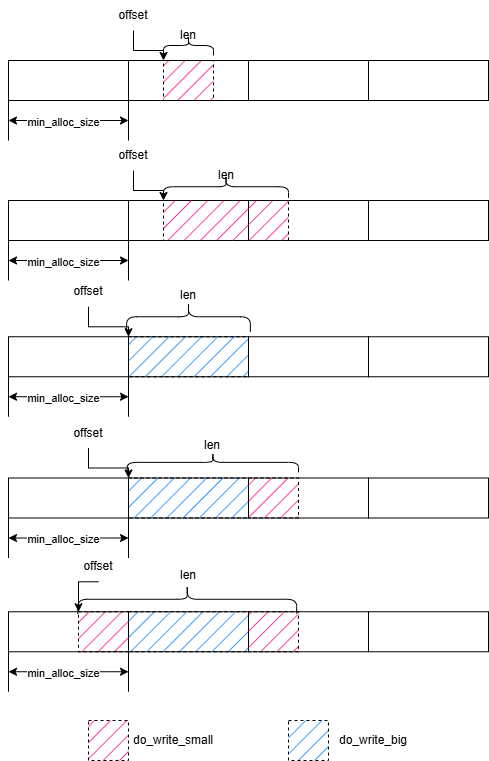
Before: 2026/01/15/BlueStore写入流程源码分析/small_or_big_write.drawio.png, a diagram exported from draw.io (Rebelliousness/Rebelliousness.github.io). Source tidied: cells renumbered, new cells last; positions are measured from the earlier drawing's top-left corner, leaving out a move shared by most shapes. The source it was exported from:
```xml
<mxGraphModel>
  <root>
    <mxCell id="0" />
    <mxCell id="1" parent="0" />
    <mxCell id="2" style="rounded=0;whiteSpace=wrap;html=1;" parent="1" vertex="1">
      <mxGeometry y="60" width="120" height="40" as="geometry" />
    </mxCell>
    <mxCell id="3" style="rounded=0;whiteSpace=wrap;html=1;" parent="1" vertex="1">
      <mxGeometry x="120" y="60" width="120" height="40" as="geometry" />
    </mxCell>
    <mxCell id="4" style="rounded=0;whiteSpace=wrap;html=1;" parent="1" vertex="1">
      <mxGeometry x="240" y="60" width="120" height="40" as="geometry" />
    </mxCell>
    <mxCell id="5" style="rounded=0;whiteSpace=wrap;html=1;" parent="1" vertex="1">
      <mxGeometry x="360" y="60" width="120" height="40" as="geometry" />
    </mxCell>
    <mxCell id="6" style="rounded=0;whiteSpace=wrap;html=1;fillColor=#FF0080;strokeColor=default;fillStyle=hatch;dashed=1;" parent="1" vertex="1">
      <mxGeometry x="155" y="60" width="50" height="40" as="geometry" />
    </mxCell>
    <mxCell id="7" style="edgeStyle=orthogonalEdgeStyle;rounded=0;jettySize=auto;html=1;exitX=0.5;exitY=1;exitDx=0;exitDy=0;entryX=0;entryY=0;entryDx=0;entryDy=0;" parent="1" edge="1" source="8" target="6">
      <mxGeometry relative="1" as="geometry" />
    </mxCell>
    <mxCell id="8" value="offset" style="text;html=1;whiteSpace=wrap;strokeColor=none;fillColor=none;align=center;verticalAlign=middle;rounded=0;" parent="1" vertex="1">
      <mxGeometry x="95" width="60" height="30" as="geometry" />
    </mxCell>
    <mxCell id="9" style="shape=curlyBracket;whiteSpace=wrap;html=1;rounded=1;labelPosition=left;verticalLabelPosition=middle;align=right;verticalAlign=middle;rotation=90;" parent="1" vertex="1">
      <mxGeometry x="170" y="20" width="20" height="50" as="geometry" />
    </mxCell>
    <mxCell id="10" value="len" style="text;html=1;whiteSpace=wrap;strokeColor=none;fillColor=none;align=center;verticalAlign=middle;rounded=0;" parent="1" vertex="1">
      <mxGeometry x="150" y="20" width="60" height="30" as="geometry" />
    </mxCell>
    <mxCell id="11" style="endArrow=classic;startArrow=classic;html=1;rounded=0;" parent="1" edge="1">
      <mxGeometry relative="1" as="geometry">
        <mxPoint y="120" as="sourcePoint" />
        <mxPoint x="120" y="120" as="targetPoint" />
      </mxGeometry>
    </mxCell>
    <mxCell id="12" value="min_alloc_size" style="edgeLabel;html=1;align=center;verticalAlign=middle;" parent="11" vertex="1">
      <mxGeometry x="-0.1" y="-1" relative="1" as="geometry" />
    </mxCell>
    <mxCell id="13" style="endArrow=none;html=1;rounded=0;" parent="1" edge="1">
      <mxGeometry relative="1" as="geometry">
        <mxPoint y="140" as="sourcePoint" />
        <mxPoint y="100" as="targetPoint" />
      </mxGeometry>
    </mxCell>
    <mxCell id="14" style="endArrow=none;html=1;rounded=0;" parent="1" edge="1">
      <mxGeometry relative="1" as="geometry">
        <mxPoint x="120" y="140" as="sourcePoint" />
        <mxPoint x="120" y="100" as="targetPoint" />
      </mxGeometry>
    </mxCell>
    <mxCell id="15" style="rounded=0;whiteSpace=wrap;html=1;" parent="1" vertex="1">
      <mxGeometry y="200" width="120" height="40" as="geometry" />
    </mxCell>
    <mxCell id="16" style="rounded=0;whiteSpace=wrap;html=1;" parent="1" vertex="1">
      <mxGeometry x="120" y="200" width="120" height="40" as="geometry" />
    </mxCell>
    <mxCell id="17" style="rounded=0;whiteSpace=wrap;html=1;" parent="1" vertex="1">
      <mxGeometry x="240" y="200" width="120" height="40" as="geometry" />
    </mxCell>
    <mxCell id="18" style="rounded=0;whiteSpace=wrap;html=1;" parent="1" vertex="1">
      <mxGeometry x="360" y="200" width="120" height="40" as="geometry" />
    </mxCell>
    <mxCell id="19" style="rounded=0;whiteSpace=wrap;html=1;fillColor=#FF0080;strokeColor=default;fillStyle=hatch;dashed=1;" parent="1" vertex="1">
      <mxGeometry x="155" y="200" width="125" height="40" as="geometry" />
    </mxCell>
    <mxCell id="20" style="edgeStyle=orthogonalEdgeStyle;rounded=0;jettySize=auto;html=1;exitX=0.5;exitY=1;exitDx=0;exitDy=0;entryX=0;entryY=0;entryDx=0;entryDy=0;" parent="1" edge="1" source="21" target="19">
      <mxGeometry relative="1" as="geometry" />
    </mxCell>
    <mxCell id="21" value="offset" style="text;html=1;whiteSpace=wrap;strokeColor=none;fillColor=none;align=center;verticalAlign=middle;rounded=0;" parent="1" vertex="1">
      <mxGeometry x="95" y="140" width="60" height="30" as="geometry" />
    </mxCell>
    <mxCell id="22" style="shape=curlyBracket;whiteSpace=wrap;html=1;rounded=1;labelPosition=left;verticalLabelPosition=middle;align=right;verticalAlign=middle;rotation=90;" parent="1" vertex="1">
      <mxGeometry x="206.2" y="123.8" width="22.5" height="125" as="geometry" />
    </mxCell>
    <mxCell id="23" value="len" style="text;html=1;whiteSpace=wrap;strokeColor=none;fillColor=none;align=center;verticalAlign=middle;rounded=0;" parent="1" vertex="1">
      <mxGeometry x="187.5" y="160" width="60" height="30" as="geometry" />
    </mxCell>
    <mxCell id="24" style="endArrow=classic;startArrow=classic;html=1;rounded=0;" parent="1" edge="1">
      <mxGeometry relative="1" as="geometry">
        <mxPoint y="260" as="sourcePoint" />
        <mxPoint x="120" y="260" as="targetPoint" />
      </mxGeometry>
    </mxCell>
    <mxCell id="25" value="min_alloc_size" style="edgeLabel;html=1;align=center;verticalAlign=middle;" parent="24" vertex="1">
      <mxGeometry x="-0.1" y="-1" relative="1" as="geometry" />
    </mxCell>
    <mxCell id="26" style="endArrow=none;html=1;rounded=0;" parent="1" edge="1">
      <mxGeometry relative="1" as="geometry">
        <mxPoint y="280" as="sourcePoint" />
        <mxPoint y="240" as="targetPoint" />
      </mxGeometry>
    </mxCell>
    <mxCell id="27" style="endArrow=none;html=1;rounded=0;" parent="1" edge="1">
      <mxGeometry relative="1" as="geometry">
        <mxPoint x="120" y="280" as="sourcePoint" />
        <mxPoint x="120" y="240" as="targetPoint" />
      </mxGeometry>
    </mxCell>
    <mxCell id="28" style="rounded=0;whiteSpace=wrap;html=1;" parent="1" vertex="1">
      <mxGeometry y="336.2" width="120" height="40" as="geometry" />
    </mxCell>
    <mxCell id="29" style="rounded=0;whiteSpace=wrap;html=1;" parent="1" vertex="1">
      <mxGeometry x="120" y="336.2" width="120" height="40" as="geometry" />
    </mxCell>
    <mxCell id="30" style="rounded=0;whiteSpace=wrap;html=1;" parent="1" vertex="1">
      <mxGeometry x="240" y="336.2" width="120" height="40" as="geometry" />
    </mxCell>
    <mxCell id="31" style="rounded=0;whiteSpace=wrap;html=1;" parent="1" vertex="1">
      <mxGeometry x="360" y="336.2" width="120" height="40" as="geometry" />
    </mxCell>
    <mxCell id="32" style="rounded=0;whiteSpace=wrap;html=1;fillColor=#007FFF;strokeColor=default;fillStyle=hatch;dashed=1;" parent="1" vertex="1">
      <mxGeometry x="120" y="336.2" width="120" height="40" as="geometry" />
    </mxCell>
    <mxCell id="33" style="edgeStyle=orthogonalEdgeStyle;rounded=0;jettySize=auto;html=1;exitX=0.5;exitY=1;exitDx=0;exitDy=0;entryX=0;entryY=0;entryDx=0;entryDy=0;" parent="1" edge="1" source="34" target="32">
      <mxGeometry relative="1" as="geometry" />
    </mxCell>
    <mxCell id="34" value="offset" style="text;html=1;whiteSpace=wrap;strokeColor=none;fillColor=none;align=center;verticalAlign=middle;rounded=0;" parent="1" vertex="1">
      <mxGeometry x="50" y="276.2" width="60" height="30" as="geometry" />
    </mxCell>
    <mxCell id="35" style="shape=curlyBracket;whiteSpace=wrap;html=1;rounded=1;labelPosition=left;verticalLabelPosition=middle;align=right;verticalAlign=middle;rotation=90;" parent="1" vertex="1">
      <mxGeometry x="165" y="254.4" width="30" height="123.8" as="geometry" />
    </mxCell>
    <mxCell id="36" value="len" style="text;html=1;whiteSpace=wrap;strokeColor=none;fillColor=none;align=center;verticalAlign=middle;rounded=0;" parent="1" vertex="1">
      <mxGeometry x="150" y="280" width="60" height="30" as="geometry" />
    </mxCell>
    <mxCell id="37" style="endArrow=classic;startArrow=classic;html=1;rounded=0;" parent="1" edge="1">
      <mxGeometry relative="1" as="geometry">
        <mxPoint y="396.2" as="sourcePoint" />
        <mxPoint x="120" y="396.2" as="targetPoint" />
      </mxGeometry>
    </mxCell>
    <mxCell id="38" value="min_alloc_size" style="edgeLabel;html=1;align=center;verticalAlign=middle;" parent="37" vertex="1">
      <mxGeometry x="-0.1" y="-1" relative="1" as="geometry" />
    </mxCell>
    <mxCell id="39" style="endArrow=none;html=1;rounded=0;" parent="1" edge="1">
      <mxGeometry relative="1" as="geometry">
        <mxPoint y="416.2" as="sourcePoint" />
        <mxPoint y="376.2" as="targetPoint" />
      </mxGeometry>
    </mxCell>
    <mxCell id="40" style="endArrow=none;html=1;rounded=0;" parent="1" edge="1">
      <mxGeometry relative="1" as="geometry">
        <mxPoint x="120" y="416.2" as="sourcePoint" />
        <mxPoint x="120" y="376.2" as="targetPoint" />
      </mxGeometry>
    </mxCell>
    <mxCell id="41" style="rounded=0;whiteSpace=wrap;html=1;" parent="1" vertex="1">
      <mxGeometry y="477.5" width="120" height="40" as="geometry" />
    </mxCell>
    <mxCell id="42" style="rounded=0;whiteSpace=wrap;html=1;" parent="1" vertex="1">
      <mxGeometry x="120" y="477.5" width="120" height="40" as="geometry" />
    </mxCell>
    <mxCell id="43" style="rounded=0;whiteSpace=wrap;html=1;" parent="1" vertex="1">
      <mxGeometry x="240" y="477.5" width="120" height="40" as="geometry" />
    </mxCell>
    <mxCell id="44" style="rounded=0;whiteSpace=wrap;html=1;" parent="1" vertex="1">
      <mxGeometry x="360" y="477.5" width="120" height="40" as="geometry" />
    </mxCell>
    <mxCell id="45" style="rounded=0;whiteSpace=wrap;html=1;fillColor=#007FFF;strokeColor=default;fillStyle=hatch;dashed=1;" parent="1" vertex="1">
      <mxGeometry x="120" y="477.5" width="120" height="40" as="geometry" />
    </mxCell>
    <mxCell id="46" style="edgeStyle=orthogonalEdgeStyle;rounded=0;jettySize=auto;html=1;exitX=0.5;exitY=1;exitDx=0;exitDy=0;entryX=0;entryY=0;entryDx=0;entryDy=0;" parent="1" edge="1" source="47" target="45">
      <mxGeometry relative="1" as="geometry" />
    </mxCell>
    <mxCell id="47" value="offset" style="text;html=1;whiteSpace=wrap;strokeColor=none;fillColor=none;align=center;verticalAlign=middle;rounded=0;" parent="1" vertex="1">
      <mxGeometry x="50" y="417.5" width="60" height="30" as="geometry" />
    </mxCell>
    <mxCell id="48" style="shape=curlyBracket;whiteSpace=wrap;html=1;rounded=1;labelPosition=left;verticalLabelPosition=middle;align=right;verticalAlign=middle;rotation=90;" parent="1" vertex="1">
      <mxGeometry x="194.4" y="376.2" width="20" height="171.2" as="geometry" />
    </mxCell>
    <mxCell id="49" value="len" style="text;html=1;whiteSpace=wrap;strokeColor=none;fillColor=none;align=center;verticalAlign=middle;rounded=0;" parent="1" vertex="1">
      <mxGeometry x="174.4" y="430" width="60" height="30" as="geometry" />
    </mxCell>
    <mxCell id="50" style="endArrow=classic;startArrow=classic;html=1;rounded=0;" parent="1" edge="1">
      <mxGeometry relative="1" as="geometry">
        <mxPoint y="537.5" as="sourcePoint" />
        <mxPoint x="120" y="537.5" as="targetPoint" />
      </mxGeometry>
    </mxCell>
    <mxCell id="51" value="min_alloc_size" style="edgeLabel;html=1;align=center;verticalAlign=middle;" parent="50" vertex="1">
      <mxGeometry x="-0.1" y="-1" relative="1" as="geometry" />
    </mxCell>
    <mxCell id="52" style="endArrow=none;html=1;rounded=0;" parent="1" edge="1">
      <mxGeometry relative="1" as="geometry">
        <mxPoint y="557.5" as="sourcePoint" />
        <mxPoint y="517.5" as="targetPoint" />
      </mxGeometry>
    </mxCell>
    <mxCell id="53" style="endArrow=none;html=1;rounded=0;" parent="1" edge="1">
      <mxGeometry relative="1" as="geometry">
        <mxPoint x="120" y="557.5" as="sourcePoint" />
        <mxPoint x="120" y="517.5" as="targetPoint" />
      </mxGeometry>
    </mxCell>
    <mxCell id="54" style="rounded=0;whiteSpace=wrap;html=1;fillColor=#FF0080;strokeColor=default;fillStyle=hatch;dashed=1;" parent="1" vertex="1">
      <mxGeometry x="240" y="477.5" width="50" height="40" as="geometry" />
    </mxCell>
    <mxCell id="55" style="rounded=0;whiteSpace=wrap;html=1;" parent="1" vertex="1">
      <mxGeometry y="611.2" width="120" height="40" as="geometry" />
    </mxCell>
    <mxCell id="56" style="rounded=0;whiteSpace=wrap;html=1;" parent="1" vertex="1">
      <mxGeometry x="120" y="611.2" width="120" height="40" as="geometry" />
    </mxCell>
    <mxCell id="57" style="rounded=0;whiteSpace=wrap;html=1;" parent="1" vertex="1">
      <mxGeometry x="240" y="611.2" width="120" height="40" as="geometry" />
    </mxCell>
    <mxCell id="58" style="rounded=0;whiteSpace=wrap;html=1;" parent="1" vertex="1">
      <mxGeometry x="360" y="611.2" width="120" height="40" as="geometry" />
    </mxCell>
    <mxCell id="59" style="rounded=0;whiteSpace=wrap;html=1;fillColor=#007FFF;strokeColor=default;fillStyle=hatch;dashed=1;" parent="1" vertex="1">
      <mxGeometry x="120" y="611.2" width="120" height="40" as="geometry" />
    </mxCell>
    <mxCell id="60" style="edgeStyle=orthogonalEdgeStyle;rounded=0;jettySize=auto;html=1;exitX=0.5;exitY=1;exitDx=0;exitDy=0;entryX=0;entryY=0;entryDx=0;entryDy=0;" parent="1" edge="1" source="61" target="69">
      <mxGeometry relative="1" as="geometry" />
    </mxCell>
    <mxCell id="61" value="offset" style="text;html=1;whiteSpace=wrap;strokeColor=none;fillColor=none;align=center;verticalAlign=middle;rounded=0;" parent="1" vertex="1">
      <mxGeometry x="60" y="551.2" width="60" height="30" as="geometry" />
    </mxCell>
    <mxCell id="62" style="shape=curlyBracket;whiteSpace=wrap;html=1;rounded=1;labelPosition=left;verticalLabelPosition=middle;align=right;verticalAlign=middle;rotation=90;" parent="1" vertex="1">
      <mxGeometry x="164.4" y="489.4" width="28.8" height="218.8" as="geometry" />
    </mxCell>
    <mxCell id="63" value="len" style="text;html=1;whiteSpace=wrap;strokeColor=none;fillColor=none;align=center;verticalAlign=middle;rounded=0;" parent="1" vertex="1">
      <mxGeometry x="150" y="560" width="60" height="30" as="geometry" />
    </mxCell>
    <mxCell id="64" style="endArrow=classic;startArrow=classic;html=1;rounded=0;" parent="1" edge="1">
      <mxGeometry relative="1" as="geometry">
        <mxPoint y="671.2" as="sourcePoint" />
        <mxPoint x="120" y="671.2" as="targetPoint" />
      </mxGeometry>
    </mxCell>
    <mxCell id="65" value="min_alloc_size" style="edgeLabel;html=1;align=center;verticalAlign=middle;" parent="64" vertex="1">
      <mxGeometry x="-0.1" y="-1" relative="1" as="geometry" />
    </mxCell>
    <mxCell id="66" style="endArrow=none;html=1;rounded=0;" parent="1" edge="1">
      <mxGeometry relative="1" as="geometry">
        <mxPoint y="691.2" as="sourcePoint" />
        <mxPoint y="651.2" as="targetPoint" />
      </mxGeometry>
    </mxCell>
    <mxCell id="67" style="endArrow=none;html=1;rounded=0;" parent="1" edge="1">
      <mxGeometry relative="1" as="geometry">
        <mxPoint x="120" y="691.2" as="sourcePoint" />
        <mxPoint x="120" y="651.2" as="targetPoint" />
      </mxGeometry>
    </mxCell>
    <mxCell id="68" style="rounded=0;whiteSpace=wrap;html=1;fillColor=#FF0080;strokeColor=default;fillStyle=hatch;dashed=1;" parent="1" vertex="1">
      <mxGeometry x="240" y="611.2" width="50" height="40" as="geometry" />
    </mxCell>
    <mxCell id="69" style="rounded=0;whiteSpace=wrap;html=1;fillColor=#FF0080;strokeColor=default;fillStyle=hatch;dashed=1;" parent="1" vertex="1">
      <mxGeometry x="70" y="611.2" width="50" height="40" as="geometry" />
    </mxCell>
    <mxCell id="70" style="rounded=0;whiteSpace=wrap;html=1;fillColor=#FF0080;strokeColor=default;fillStyle=hatch;dashed=1;" parent="1" vertex="1">
      <mxGeometry x="80" y="720" width="40" height="40" as="geometry" />
    </mxCell>
    <mxCell id="71" value="do_write_small" style="text;html=1;whiteSpace=wrap;strokeColor=none;fillColor=none;align=center;verticalAlign=middle;rounded=0;" parent="1" vertex="1">
      <mxGeometry x="135" y="725" width="60" height="30" as="geometry" />
    </mxCell>
    <mxCell id="72" value="do_write_big" style="text;html=1;whiteSpace=wrap;strokeColor=none;fillColor=none;align=center;verticalAlign=middle;rounded=0;" parent="1" vertex="1">
      <mxGeometry x="335" y="725" width="60" height="30" as="geometry" />
    </mxCell>
    <mxCell id="73" style="rounded=0;whiteSpace=wrap;html=1;fillColor=#007FFF;strokeColor=default;fillStyle=hatch;dashed=1;" parent="1" vertex="1">
      <mxGeometry x="280" y="720" width="40" height="40" as="geometry" />
    </mxCell>
  </root>
</mxGraphModel>
```
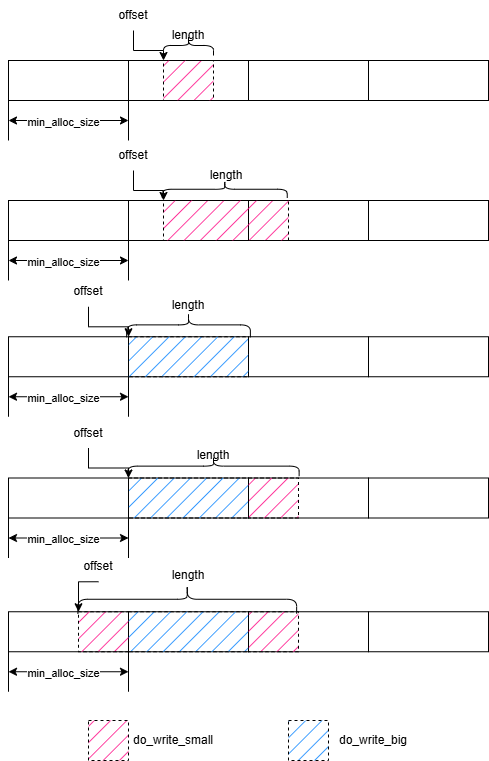
Later version of the same file.

Change to the diagram source:
```diff
@@ -26,7 +26,7 @@
     <mxCell id="9" style="shape=curlyBracket;whiteSpace=wrap;html=1;rounded=1;labelPosition=left;verticalLabelPosition=middle;align=right;verticalAlign=middle;rotation=90;" parent="1" vertex="1">
       <mxGeometry x="170" y="20" width="20" height="50" as="geometry" />
     </mxCell>
-    <mxCell id="10" value="len" style="text;html=1;whiteSpace=wrap;strokeColor=none;fillColor=none;align=center;verticalAlign=middle;rounded=0;" parent="1" vertex="1">
+    <mxCell id="10" value="length" style="text;html=1;whiteSpace=wrap;strokeColor=none;fillColor=none;align=center;verticalAlign=middle;rounded=0;" parent="1" vertex="1">
       <mxGeometry x="150" y="20" width="60" height="30" as="geometry" />
     </mxCell>
     <mxCell id="11" style="endArrow=classic;startArrow=classic;html=1;rounded=0;" parent="1" edge="1">
@@ -72,9 +72,9 @@
       <mxGeometry x="95" y="140" width="60" height="30" as="geometry" />
     </mxCell>
     <mxCell id="22" style="shape=curlyBracket;whiteSpace=wrap;html=1;rounded=1;labelPosition=left;verticalLabelPosition=middle;align=right;verticalAlign=middle;rotation=90;" parent="1" vertex="1">
-      <mxGeometry x="206.2" y="123.8" width="22.5" height="125" as="geometry" />
+      <mxGeometry x="207.5" y="126.2" width="17.5" height="125" as="geometry" />
     </mxCell>
-    <mxCell id="23" value="len" style="text;html=1;whiteSpace=wrap;strokeColor=none;fillColor=none;align=center;verticalAlign=middle;rounded=0;" parent="1" vertex="1">
+    <mxCell id="23" value="length" style="text;html=1;whiteSpace=wrap;strokeColor=none;fillColor=none;align=center;verticalAlign=middle;rounded=0;" parent="1" vertex="1">
       <mxGeometry x="187.5" y="160" width="60" height="30" as="geometry" />
     </mxCell>
     <mxCell id="24" style="endArrow=classic;startArrow=classic;html=1;rounded=0;" parent="1" edge="1">
@@ -120,10 +120,10 @@
       <mxGeometry x="50" y="276.2" width="60" height="30" as="geometry" />
     </mxCell>
     <mxCell id="35" style="shape=curlyBracket;whiteSpace=wrap;html=1;rounded=1;labelPosition=left;verticalLabelPosition=middle;align=right;verticalAlign=middle;rotation=90;" parent="1" vertex="1">
-      <mxGeometry x="165" y="254.4" width="30" height="123.8" as="geometry" />
+      <mxGeometry x="167.5" y="262.5" width="25" height="123.8" as="geometry" />
     </mxCell>
-    <mxCell id="36" value="len" style="text;html=1;whiteSpace=wrap;strokeColor=none;fillColor=none;align=center;verticalAlign=middle;rounded=0;" parent="1" vertex="1">
-      <mxGeometry x="150" y="280" width="60" height="30" as="geometry" />
+    <mxCell id="36" value="length" style="text;html=1;whiteSpace=wrap;strokeColor=none;fillColor=none;align=center;verticalAlign=middle;rounded=0;" parent="1" vertex="1">
+      <mxGeometry x="150" y="290" width="60" height="30" as="geometry" />
     </mxCell>
     <mxCell id="37" style="endArrow=classic;startArrow=classic;html=1;rounded=0;" parent="1" edge="1">
       <mxGeometry relative="1" as="geometry">
@@ -168,10 +168,10 @@
       <mxGeometry x="50" y="417.5" width="60" height="30" as="geometry" />
     </mxCell>
     <mxCell id="48" style="shape=curlyBracket;whiteSpace=wrap;html=1;rounded=1;labelPosition=left;verticalLabelPosition=middle;align=right;verticalAlign=middle;rotation=90;" parent="1" vertex="1">
-      <mxGeometry x="194.4" y="376.2" width="20" height="171.2" as="geometry" />
+      <mxGeometry x="195" y="380" width="20" height="171.2" as="geometry" />
     </mxCell>
-    <mxCell id="49" value="len" style="text;html=1;whiteSpace=wrap;strokeColor=none;fillColor=none;align=center;verticalAlign=middle;rounded=0;" parent="1" vertex="1">
-      <mxGeometry x="174.4" y="430" width="60" height="30" as="geometry" />
+    <mxCell id="49" value="length" style="text;html=1;whiteSpace=wrap;strokeColor=none;fillColor=none;align=center;verticalAlign=middle;rounded=0;" parent="1" vertex="1">
+      <mxGeometry x="175" y="440" width="60" height="30" as="geometry" />
     </mxCell>
     <mxCell id="50" style="endArrow=classic;startArrow=classic;html=1;rounded=0;" parent="1" edge="1">
       <mxGeometry relative="1" as="geometry">
@@ -221,7 +221,7 @@
     <mxCell id="62" style="shape=curlyBracket;whiteSpace=wrap;html=1;rounded=1;labelPosition=left;verticalLabelPosition=middle;align=right;verticalAlign=middle;rotation=90;" parent="1" vertex="1">
       <mxGeometry x="164.4" y="489.4" width="28.8" height="218.8" as="geometry" />
     </mxCell>
-    <mxCell id="63" value="len" style="text;html=1;whiteSpace=wrap;strokeColor=none;fillColor=none;align=center;verticalAlign=middle;rounded=0;" parent="1" vertex="1">
+    <mxCell id="63" value="length" style="text;html=1;whiteSpace=wrap;strokeColor=none;fillColor=none;align=center;verticalAlign=middle;rounded=0;" parent="1" vertex="1">
       <mxGeometry x="150" y="560" width="60" height="30" as="geometry" />
     </mxCell>
     <mxCell id="64" style="endArrow=classic;startArrow=classic;html=1;rounded=0;" parent="1" edge="1">
```
